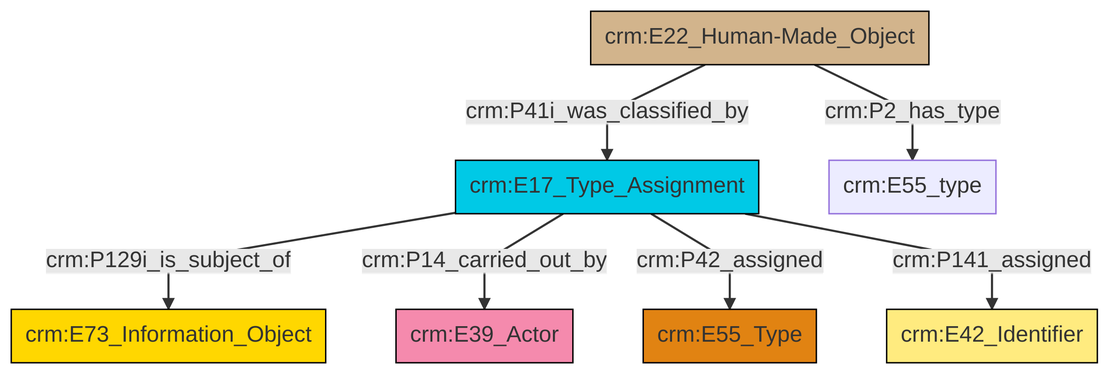
The Mermaid diagram et/builtWorkCSV/ttl/mmd/png/Built_Work_designation_status.png in swiss-art-research-net/reference-data-models, before a commit. Its source is kept beside it as et/builtWorkCSV/ttl/mmd/Built_Work_designation_status.ttl.mmd.
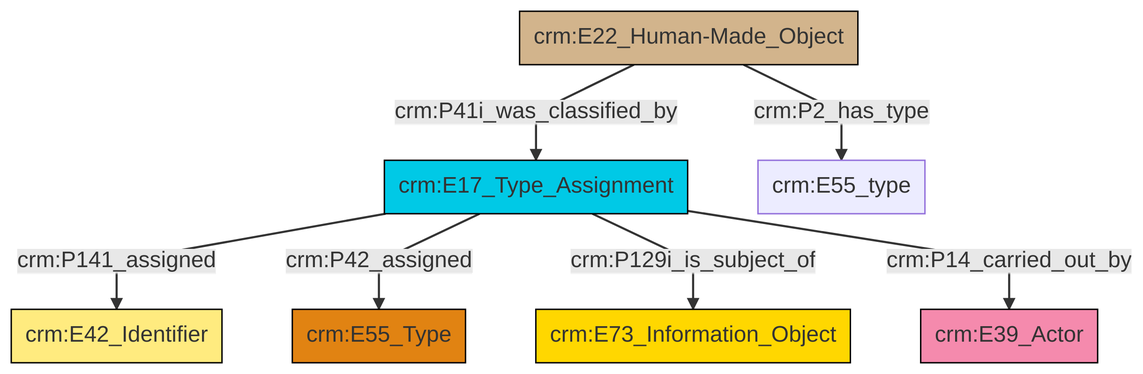
After the change.

Change to the diagram source:
```diff
@@ -13,9 +13,9 @@
 classDef PC_Classes fill:#4ce600, stroke:#000000;
 classDef Multi fill:#cccccc,stroke:#000000;
 
-0["crm:E22_Human-Made_Object"]:::Physical_Thing -->|crm:P41i_was_classified_by| 1["crm:E17_Type_Assignment"]:::Temporal_Entity
-0["crm:E22_Human-Made_Object"]:::Physical_Thing -->|crm:P2_has_type| 4["crm:E55_type"]:::Default
-1["crm:E17_Type_Assignment"]:::Temporal_Entity -->|crm:P129i_is_subject_of| 11["crm:E73_Information_Object"]:::Conceptual_Object
-1["crm:E17_Type_Assignment"]:::Temporal_Entity -->|crm:P14_carried_out_by| 7["crm:E39_Actor"]:::Actor
-1["crm:E17_Type_Assignment"]:::Temporal_Entity -->|crm:P42_assigned| 9["crm:E55_Type"]:::Type
-1["crm:E17_Type_Assignment"]:::Temporal_Entity -->|crm:P141_assigned| 2["crm:E42_Identifier"]:::Appellation
+2["crm:E22_Human-Made_Object"]:::Physical_Thing -->|crm:P41i_was_classified_by| 0["crm:E17_Type_Assignment"]:::Temporal_Entity
+0["crm:E17_Type_Assignment"]:::Temporal_Entity -->|crm:P141_assigned| 3["crm:E42_Identifier"]:::Appellation
+0["crm:E17_Type_Assignment"]:::Temporal_Entity -->|crm:P42_assigned| 6["crm:E55_Type"]:::Type
+0["crm:E17_Type_Assignment"]:::Temporal_Entity -->|crm:P129i_is_subject_of| 4["crm:E73_Information_Object"]:::Conceptual_Object
+0["crm:E17_Type_Assignment"]:::Temporal_Entity -->|crm:P14_carried_out_by| 12["crm:E39_Actor"]:::Actor
+2["crm:E22_Human-Made_Object"]:::Physical_Thing -->|crm:P2_has_type| 7["crm:E55_type"]:::Default
```
